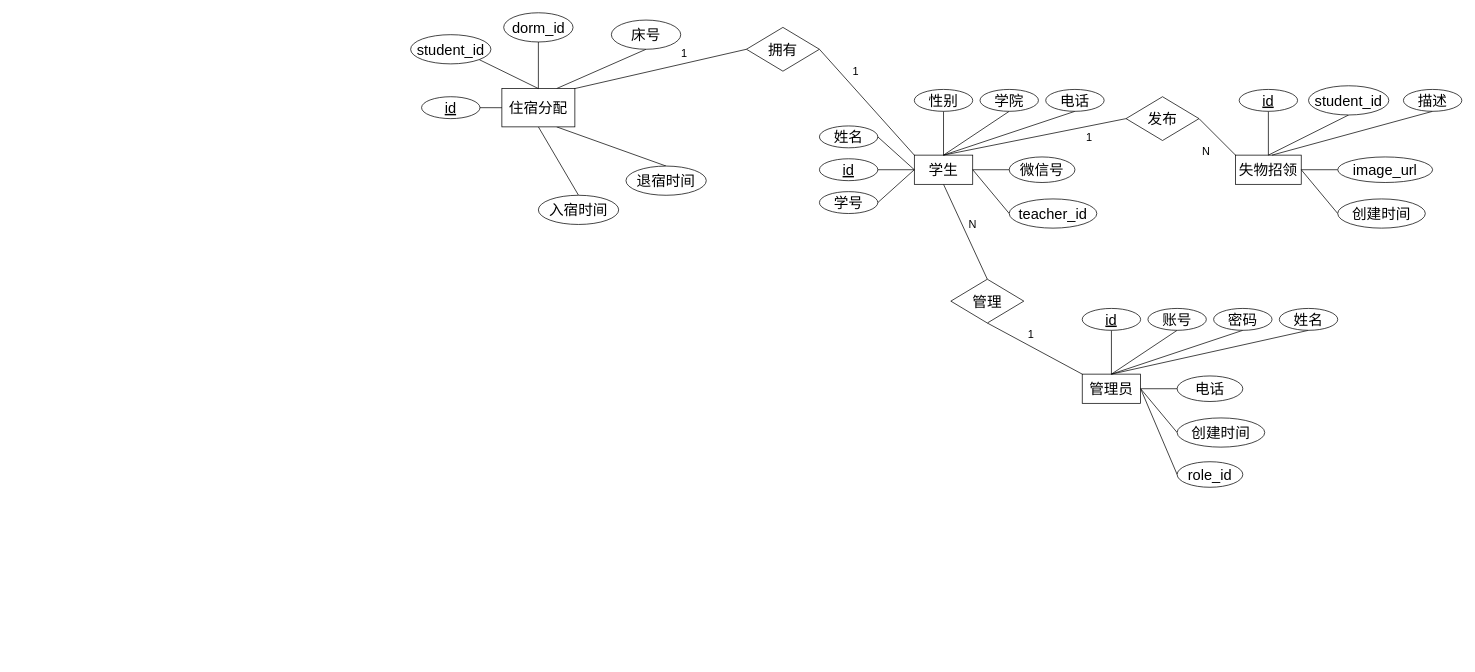
The draw.io diagram ER图.drawio in lyb040701/draw, before the edit. Source tidied: cells renumbered, new cells numbered last; positions are measured from the earlier drawing's top-left corner, leaving out a move shared by most shapes. Both pictures are drawn from the tidied source at 73%, with x=0, y=0 at pixel (410, 12).
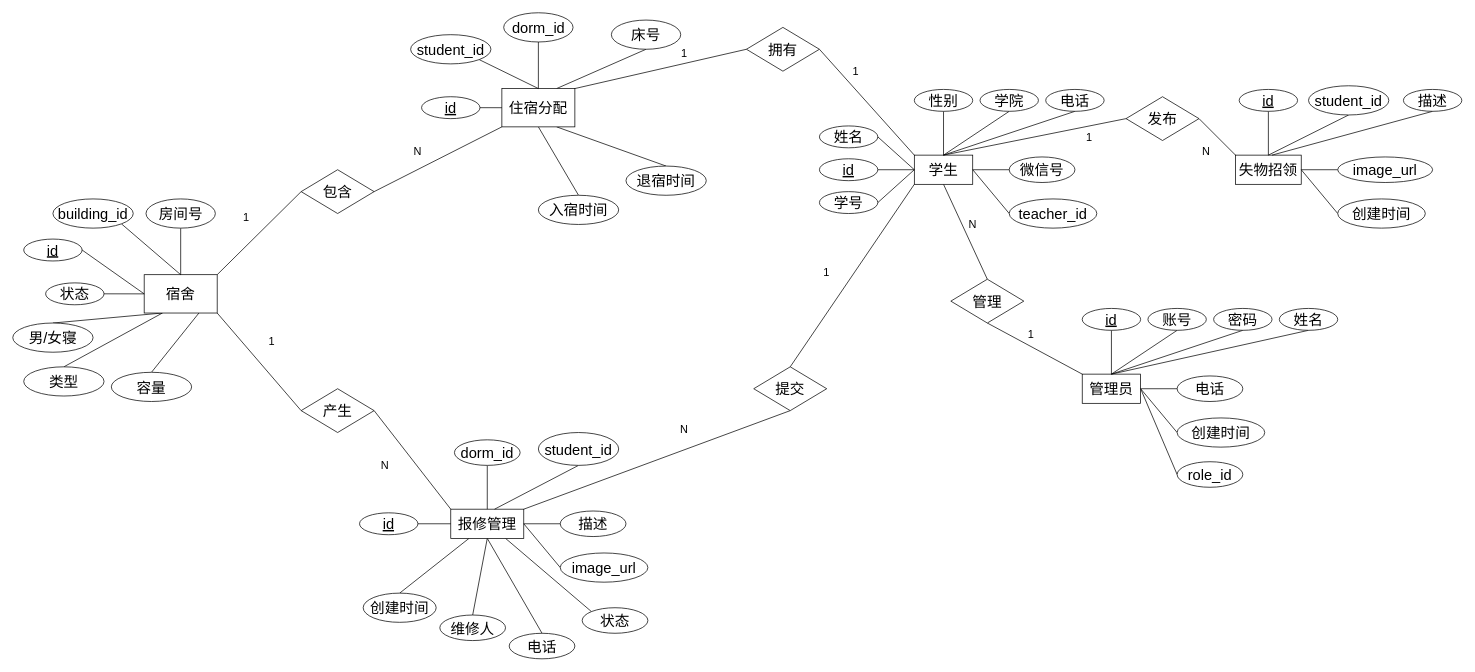
After the change.

Unchanged cells that the change refers to:
```xml
<mxCell id="3" value="&lt;font style=&quot;font-size: 20px;&quot;&gt;学生&lt;/font&gt;" style="rounded=0;whiteSpace=wrap;html=1;" parent="1" vertex="1">
  <mxGeometry x="690" y="195" width="80" height="40" as="geometry" />
</mxCell>
<mxCell id="59" value="&lt;font style=&quot;font-size: 20px;&quot;&gt;住宿分配&lt;/font&gt;" style="rounded=0;whiteSpace=wrap;html=1;" parent="1" vertex="1">
  <mxGeometry x="125" y="103.8" width="100" height="52.5" as="geometry" />
</mxCell>
```

The edit, as a diff of the source:
```diff
@@
+    <mxCell id="73" style="edgeStyle=none;shape=connector;rounded=0;jettySize=auto;html=1;exitX=0.25;exitY=1;exitDx=0;exitDy=0;strokeColor=default;align=center;verticalAlign=middle;fontFamily=Helvetica;fontSize=11;fontColor=default;labelBackgroundColor=default;endArrow=none;endFill=0;entryX=0.5;entryY=0;entryDx=0;entryDy=0;" parent="1" edge="1" source="78" target="85">
+      <mxGeometry relative="1" as="geometry" />
+    </mxCell>
+    <mxCell id="74" style="edgeStyle=none;shape=connector;rounded=0;jettySize=auto;html=1;exitX=0.75;exitY=1;exitDx=0;exitDy=0;entryX=0.5;entryY=0;entryDx=0;entryDy=0;strokeColor=default;align=center;verticalAlign=middle;fontFamily=Helvetica;fontSize=11;fontColor=default;labelBackgroundColor=default;endArrow=none;endFill=0;" parent="1" edge="1" source="78" target="86">
+      <mxGeometry relative="1" as="geometry" />
+    </mxCell>
+    <mxCell id="75" style="edgeStyle=none;shape=connector;rounded=0;jettySize=auto;html=1;exitX=0.25;exitY=1;exitDx=0;exitDy=0;entryX=0.5;entryY=0;entryDx=0;entryDy=0;strokeColor=default;align=center;verticalAlign=middle;fontFamily=Helvetica;fontSize=11;fontColor=default;labelBackgroundColor=default;endArrow=none;endFill=0;" parent="1" edge="1" source="78" target="89">
+      <mxGeometry relative="1" as="geometry" />
+    </mxCell>
+    <mxCell id="76" style="edgeStyle=none;shape=connector;rounded=0;jettySize=auto;html=1;exitX=1;exitY=0;exitDx=0;exitDy=0;entryX=0;entryY=0.5;entryDx=0;entryDy=0;strokeColor=default;align=center;verticalAlign=middle;fontFamily=Helvetica;fontSize=11;fontColor=default;labelBackgroundColor=default;endArrow=none;endFill=0;" parent="1" edge="1" source="78" target="91">
+      <mxGeometry relative="1" as="geometry" />
+    </mxCell>
+    <mxCell id="77" style="edgeStyle=none;shape=connector;rounded=0;jettySize=auto;html=1;exitX=1;exitY=1;exitDx=0;exitDy=0;entryX=0;entryY=0.5;entryDx=0;entryDy=0;strokeColor=default;align=center;verticalAlign=middle;fontFamily=Helvetica;fontSize=11;fontColor=default;labelBackgroundColor=default;endArrow=none;endFill=0;" parent="1" edge="1" source="78" target="120">
+      <mxGeometry relative="1" as="geometry" />
+    </mxCell>
+    <mxCell id="78" value="&lt;font style=&quot;font-size: 20px;&quot;&gt;宿舍&lt;/font&gt;" style="rounded=0;whiteSpace=wrap;html=1;" parent="1" vertex="1">
+      <mxGeometry x="-365" y="358.8" width="100" height="52.5" as="geometry" />
+    </mxCell>
+    <mxCell id="79" style="edgeStyle=none;shape=connector;rounded=0;jettySize=auto;html=1;exitX=1;exitY=0.5;exitDx=0;exitDy=0;entryX=0;entryY=0.5;entryDx=0;entryDy=0;strokeColor=default;align=center;verticalAlign=middle;fontFamily=Helvetica;fontSize=11;fontColor=default;labelBackgroundColor=default;endArrow=none;endFill=0;" parent="1" edge="1" source="80" target="78">
+      <mxGeometry relative="1" as="geometry" />
+    </mxCell>
+    <mxCell id="80" value="&lt;span style=&quot;font-size: 20px;&quot;&gt;&lt;u&gt;id&lt;/u&gt;&lt;/span&gt;" style="ellipse;whiteSpace=wrap;html=1;" parent="1" vertex="1">
+      <mxGeometry x="-530" y="310" width="80" height="30" as="geometry" />
+    </mxCell>
+    <mxCell id="81" style="edgeStyle=none;shape=connector;rounded=0;jettySize=auto;html=1;exitX=1;exitY=1;exitDx=0;exitDy=0;entryX=0.5;entryY=0;entryDx=0;entryDy=0;strokeColor=default;align=center;verticalAlign=middle;fontFamily=Helvetica;fontSize=11;fontColor=default;labelBackgroundColor=default;endArrow=none;endFill=0;" parent="1" edge="1" source="82" target="78">
+      <mxGeometry relative="1" as="geometry" />
+    </mxCell>
+    <mxCell id="82" value="&lt;span style=&quot;font-size: 20px;&quot;&gt;building_id&lt;/span&gt;" style="ellipse;whiteSpace=wrap;html=1;" parent="1" vertex="1">
+      <mxGeometry x="-490" y="255" width="110" height="40" as="geometry" />
+    </mxCell>
+    <mxCell id="83" style="edgeStyle=none;shape=connector;rounded=0;jettySize=auto;html=1;exitX=0.5;exitY=1;exitDx=0;exitDy=0;strokeColor=default;align=center;verticalAlign=middle;fontFamily=Helvetica;fontSize=11;fontColor=default;labelBackgroundColor=default;endArrow=none;endFill=0;entryX=0.5;entryY=0;entryDx=0;entryDy=0;" parent="1" edge="1" source="84" target="78">
+      <mxGeometry relative="1" as="geometry" />
+    </mxCell>
+    <mxCell id="84" value="&lt;font style=&quot;font-size: 20px;&quot;&gt;房间号&lt;/font&gt;" style="ellipse;whiteSpace=wrap;html=1;" parent="1" vertex="1">
+      <mxGeometry x="-362.5" y="255" width="95" height="40" as="geometry" />
+    </mxCell>
+    <mxCell id="85" value="&lt;span style=&quot;font-size: 20px;&quot;&gt;男/女寝&lt;/span&gt;" style="ellipse;whiteSpace=wrap;html=1;" parent="1" vertex="1">
+      <mxGeometry x="-545" y="425" width="110" height="40" as="geometry" />
+    </mxCell>
+    <mxCell id="86" value="&lt;font style=&quot;font-size: 20px;&quot;&gt;容量&lt;/font&gt;" style="ellipse;whiteSpace=wrap;html=1;" parent="1" vertex="1">
+      <mxGeometry x="-410" y="492.5" width="110" height="40" as="geometry" />
+    </mxCell>
+    <mxCell id="87" style="edgeStyle=none;shape=connector;rounded=0;jettySize=auto;html=1;exitX=1;exitY=0.5;exitDx=0;exitDy=0;entryX=0;entryY=0.5;entryDx=0;entryDy=0;strokeColor=default;align=center;verticalAlign=middle;fontFamily=Helvetica;fontSize=11;fontColor=default;labelBackgroundColor=default;endArrow=none;endFill=0;" parent="1" edge="1" source="88" target="78">
+      <mxGeometry relative="1" as="geometry" />
+    </mxCell>
+    <mxCell id="88" value="&lt;span style=&quot;font-size: 20px;&quot;&gt;状态&lt;/span&gt;" style="ellipse;whiteSpace=wrap;html=1;" parent="1" vertex="1">
+      <mxGeometry x="-500" y="370" width="80" height="30" as="geometry" />
+    </mxCell>
+    <mxCell id="89" value="&lt;span style=&quot;font-size: 20px;&quot;&gt;类型&lt;/span&gt;" style="ellipse;whiteSpace=wrap;html=1;" parent="1" vertex="1">
+      <mxGeometry x="-530" y="485" width="110" height="40" as="geometry" />
+    </mxCell>
+    <mxCell id="90" style="edgeStyle=none;shape=connector;rounded=0;jettySize=auto;html=1;exitX=1;exitY=0.5;exitDx=0;exitDy=0;entryX=0;entryY=1;entryDx=0;entryDy=0;strokeColor=default;align=center;verticalAlign=middle;fontFamily=Helvetica;fontSize=11;fontColor=default;labelBackgroundColor=default;endArrow=none;endFill=0;" parent="1" edge="1" source="91" target="59">
+      <mxGeometry relative="1" as="geometry" />
+    </mxCell>
+    <mxCell id="91" value="&lt;font style=&quot;font-size: 20px;&quot;&gt;包含&lt;/font&gt;" style="rhombus;whiteSpace=wrap;html=1;fontFamily=Helvetica;fontSize=11;fontColor=default;labelBackgroundColor=default;" parent="1" vertex="1">
+      <mxGeometry x="-150" y="215" width="100" height="60" as="geometry" />
+    </mxCell>
+    <mxCell id="92" value="&lt;font style=&quot;font-size: 15px;&quot;&gt;1&lt;/font&gt;" style="text;html=1;whiteSpace=wrap;strokeColor=none;fillColor=none;align=center;verticalAlign=middle;rounded=0;fontFamily=Helvetica;fontSize=11;fontColor=default;labelBackgroundColor=default;" parent="1" vertex="1">
+      <mxGeometry x="-255" y="265" width="60" height="30" as="geometry" />
+    </mxCell>
+    <mxCell id="93" value="&lt;font style=&quot;font-size: 15px;&quot;&gt;N&lt;/font&gt;" style="text;html=1;whiteSpace=wrap;strokeColor=none;fillColor=none;align=center;verticalAlign=middle;rounded=0;fontFamily=Helvetica;fontSize=11;fontColor=default;labelBackgroundColor=default;" parent="1" vertex="1">
+      <mxGeometry x="-20" y="175" width="60" height="30" as="geometry" />
+    </mxCell>
+    <mxCell id="94" style="edgeStyle=none;shape=connector;rounded=0;jettySize=auto;html=1;exitX=0.75;exitY=1;exitDx=0;exitDy=0;entryX=0;entryY=0;entryDx=0;entryDy=0;strokeColor=default;align=center;verticalAlign=middle;fontFamily=Helvetica;fontSize=11;fontColor=default;labelBackgroundColor=default;endArrow=none;endFill=0;" parent="1" edge="1" source="100" target="111">
+      <mxGeometry relative="1" as="geometry" />
+    </mxCell>
+    <mxCell id="95" style="edgeStyle=none;shape=connector;rounded=0;jettySize=auto;html=1;exitX=0.5;exitY=0;exitDx=0;exitDy=0;strokeColor=default;align=center;verticalAlign=middle;fontFamily=Helvetica;fontSize=11;fontColor=default;labelBackgroundColor=default;endArrow=none;endFill=0;" parent="1" edge="1" source="100">
+      <mxGeometry relative="1" as="geometry">
+        <mxPoint x="105.3" y="680.4" as="targetPoint" />
+      </mxGeometry>
+    </mxCell>
+    <mxCell id="96" style="edgeStyle=none;shape=connector;rounded=0;jettySize=auto;html=1;exitX=0.25;exitY=1;exitDx=0;exitDy=0;entryX=0.5;entryY=0;entryDx=0;entryDy=0;strokeColor=default;align=center;verticalAlign=middle;fontFamily=Helvetica;fontSize=11;fontColor=default;labelBackgroundColor=default;endArrow=none;endFill=0;" parent="1" edge="1" source="100" target="112">
+      <mxGeometry relative="1" as="geometry" />
+    </mxCell>
+    <mxCell id="97" style="edgeStyle=none;shape=connector;rounded=0;jettySize=auto;html=1;exitX=0.5;exitY=1;exitDx=0;exitDy=0;entryX=0.5;entryY=0;entryDx=0;entryDy=0;strokeColor=default;align=center;verticalAlign=middle;fontFamily=Helvetica;fontSize=11;fontColor=default;labelBackgroundColor=default;endArrow=none;endFill=0;" parent="1" edge="1" source="100" target="113">
+      <mxGeometry relative="1" as="geometry" />
+    </mxCell>
+    <mxCell id="98" style="edgeStyle=none;shape=connector;rounded=0;jettySize=auto;html=1;exitX=0.5;exitY=1;exitDx=0;exitDy=0;entryX=0.5;entryY=0;entryDx=0;entryDy=0;strokeColor=default;align=center;verticalAlign=middle;fontFamily=Helvetica;fontSize=11;fontColor=default;labelBackgroundColor=default;endArrow=none;endFill=0;" parent="1" edge="1" source="100" target="114">
+      <mxGeometry relative="1" as="geometry" />
+    </mxCell>
+    <mxCell id="99" style="edgeStyle=none;shape=connector;rounded=0;jettySize=auto;html=1;exitX=1;exitY=0;exitDx=0;exitDy=0;entryX=0.5;entryY=1;entryDx=0;entryDy=0;strokeColor=default;align=center;verticalAlign=middle;fontFamily=Helvetica;fontSize=11;fontColor=default;labelBackgroundColor=default;endArrow=none;endFill=0;" parent="1" edge="1" source="100" target="116">
+      <mxGeometry relative="1" as="geometry" />
+    </mxCell>
+    <mxCell id="100" value="&lt;font style=&quot;font-size: 20px;&quot;&gt;报修管理&lt;/font&gt;" style="rounded=0;whiteSpace=wrap;html=1;" parent="1" vertex="1">
+      <mxGeometry x="55" y="680" width="100" height="40" as="geometry" />
+    </mxCell>
+    <mxCell id="101" style="endArrow=none;html=1;rounded=0;" parent="1" edge="1" target="102">
+      <mxGeometry relative="1" as="geometry">
+        <mxPoint x="155" y="700" as="sourcePoint" />
+      </mxGeometry>
+    </mxCell>
+    <mxCell id="102" value="&lt;span style=&quot;font-size: 20px;&quot;&gt;描述&lt;/span&gt;" style="ellipse;whiteSpace=wrap;html=1;" parent="1" vertex="1">
+      <mxGeometry x="205" y="682.5" width="90" height="35" as="geometry" />
+    </mxCell>
+    <mxCell id="103" style="rounded=0;jettySize=auto;html=1;exitX=0;exitY=0.5;exitDx=0;exitDy=0;entryX=1;entryY=0.5;entryDx=0;entryDy=0;endArrow=none;endFill=0;" parent="1" edge="1" source="104" target="100">
+      <mxGeometry relative="1" as="geometry" />
+    </mxCell>
+    <mxCell id="104" value="&lt;font style=&quot;font-size: 20px;&quot;&gt;image_url&lt;/font&gt;" style="ellipse;whiteSpace=wrap;html=1;" parent="1" vertex="1">
+      <mxGeometry x="205" y="740" width="120" height="40" as="geometry" />
+    </mxCell>
+    <mxCell id="105" style="rounded=0;jettySize=auto;html=1;entryX=0;entryY=0.5;entryDx=0;entryDy=0;endArrow=none;endFill=0;exitX=1;exitY=0.5;exitDx=0;exitDy=0;entryPerimeter=0;" parent="1" edge="1" source="106" target="100">
+      <mxGeometry relative="1" as="geometry" />
+    </mxCell>
+    <mxCell id="106" value="&lt;span style=&quot;font-size: 20px;&quot;&gt;&lt;u&gt;id&lt;/u&gt;&lt;/span&gt;" style="ellipse;whiteSpace=wrap;html=1;" parent="1" vertex="1">
+      <mxGeometry x="-70" y="685" width="80" height="30" as="geometry" />
+    </mxCell>
+    <mxCell id="107" style="rounded=0;jettySize=auto;html=1;exitX=0.5;exitY=1;exitDx=0;exitDy=0;entryX=0.5;entryY=0;entryDx=0;entryDy=0;endArrow=none;endFill=0;" parent="1" edge="1" source="108" target="100">
+      <mxGeometry relative="1" as="geometry" />
+    </mxCell>
+    <mxCell id="108" value="&lt;span style=&quot;font-size: 20px;&quot;&gt;dorm_id&lt;/span&gt;" style="ellipse;whiteSpace=wrap;html=1;" parent="1" vertex="1">
+      <mxGeometry x="60" y="585" width="90" height="35" as="geometry" />
+    </mxCell>
+    <mxCell id="109" style="edgeStyle=none;rounded=0;jettySize=auto;html=1;exitX=0.5;exitY=1;exitDx=0;exitDy=0;endArrow=none;endFill=0;" parent="1" edge="1" source="110">
+      <mxGeometry relative="1" as="geometry">
+        <mxPoint x="115" y="680" as="targetPoint" />
+      </mxGeometry>
+    </mxCell>
+    <mxCell id="110" value="&lt;span style=&quot;font-size: 20px;&quot;&gt;student_id&lt;/span&gt;" style="ellipse;whiteSpace=wrap;html=1;" parent="1" vertex="1">
+      <mxGeometry x="175" y="575" width="110" height="45" as="geometry" />
+    </mxCell>
+    <mxCell id="111" value="&lt;font style=&quot;font-size: 20px;&quot;&gt;状态&lt;br&gt;&lt;/font&gt;" style="ellipse;whiteSpace=wrap;html=1;" parent="1" vertex="1">
+      <mxGeometry x="235" y="815" width="90" height="35" as="geometry" />
+    </mxCell>
+    <mxCell id="112" value="&lt;font style=&quot;font-size: 20px;&quot;&gt;创建时间&lt;/font&gt;" style="ellipse;whiteSpace=wrap;html=1;" parent="1" vertex="1">
+      <mxGeometry x="-65" y="795" width="100" height="40" as="geometry" />
+    </mxCell>
+    <mxCell id="113" value="&lt;font style=&quot;font-size: 20px;&quot;&gt;维修人&lt;br&gt;&lt;/font&gt;" style="ellipse;whiteSpace=wrap;html=1;" parent="1" vertex="1">
+      <mxGeometry x="40" y="825" width="90" height="35" as="geometry" />
+    </mxCell>
+    <mxCell id="114" value="&lt;font style=&quot;font-size: 20px;&quot;&gt;电话&lt;/font&gt;" style="ellipse;whiteSpace=wrap;html=1;" parent="1" vertex="1">
+      <mxGeometry x="135" y="850" width="90" height="35" as="geometry" />
+    </mxCell>
+    <mxCell id="115" style="edgeStyle=none;shape=connector;rounded=0;jettySize=auto;html=1;exitX=0.5;exitY=0;exitDx=0;exitDy=0;entryX=0;entryY=1;entryDx=0;entryDy=0;strokeColor=default;align=center;verticalAlign=middle;fontFamily=Helvetica;fontSize=11;fontColor=default;labelBackgroundColor=default;endArrow=none;endFill=0;" parent="1" edge="1" source="116" target="3">
+      <mxGeometry relative="1" as="geometry" />
+    </mxCell>
+    <mxCell id="116" value="&lt;font style=&quot;font-size: 20px;&quot;&gt;提交&lt;/font&gt;" style="rhombus;whiteSpace=wrap;html=1;fontFamily=Helvetica;fontSize=11;fontColor=default;labelBackgroundColor=default;" parent="1" vertex="1">
+      <mxGeometry x="470" y="485" width="100" height="60" as="geometry" />
+    </mxCell>
+    <mxCell id="117" value="&lt;font style=&quot;font-size: 15px;&quot;&gt;N&lt;/font&gt;" style="text;html=1;whiteSpace=wrap;strokeColor=none;fillColor=none;align=center;verticalAlign=middle;rounded=0;fontFamily=Helvetica;fontSize=11;fontColor=default;labelBackgroundColor=default;" parent="1" vertex="1">
+      <mxGeometry x="345" y="555" width="60" height="30" as="geometry" />
+    </mxCell>
+    <mxCell id="118" value="&lt;font style=&quot;font-size: 15px;&quot;&gt;1&lt;/font&gt;" style="text;html=1;whiteSpace=wrap;strokeColor=none;fillColor=none;align=center;verticalAlign=middle;rounded=0;fontFamily=Helvetica;fontSize=11;fontColor=default;labelBackgroundColor=default;" parent="1" vertex="1">
+      <mxGeometry x="540" y="340" width="60" height="30" as="geometry" />
+    </mxCell>
+    <mxCell id="119" style="edgeStyle=none;shape=connector;rounded=0;jettySize=auto;html=1;exitX=1;exitY=0.5;exitDx=0;exitDy=0;entryX=0;entryY=0;entryDx=0;entryDy=0;strokeColor=default;align=center;verticalAlign=middle;fontFamily=Helvetica;fontSize=11;fontColor=default;labelBackgroundColor=default;endArrow=none;endFill=0;" parent="1" edge="1" source="120" target="100">
+      <mxGeometry relative="1" as="geometry" />
+    </mxCell>
+    <mxCell id="120" value="&lt;font style=&quot;font-size: 20px;&quot;&gt;产生&lt;/font&gt;" style="rhombus;whiteSpace=wrap;html=1;fontFamily=Helvetica;fontSize=11;fontColor=default;labelBackgroundColor=default;" parent="1" vertex="1">
+      <mxGeometry x="-150" y="515" width="100" height="60" as="geometry" />
+    </mxCell>
+    <mxCell id="121" value="&lt;font style=&quot;font-size: 15px;&quot;&gt;1&lt;/font&gt;" style="text;html=1;whiteSpace=wrap;strokeColor=none;fillColor=none;align=center;verticalAlign=middle;rounded=0;fontFamily=Helvetica;fontSize=11;fontColor=default;labelBackgroundColor=default;" parent="1" vertex="1">
+      <mxGeometry x="-220" y="435" width="60" height="30" as="geometry" />
+    </mxCell>
+    <mxCell id="122" value="&lt;font style=&quot;font-size: 15px;&quot;&gt;N&lt;/font&gt;" style="text;html=1;whiteSpace=wrap;strokeColor=none;fillColor=none;align=center;verticalAlign=middle;rounded=0;fontFamily=Helvetica;fontSize=11;fontColor=default;labelBackgroundColor=default;" parent="1" vertex="1">
+      <mxGeometry x="-65" y="605" width="60" height="30" as="geometry" />
+    </mxCell>
```
